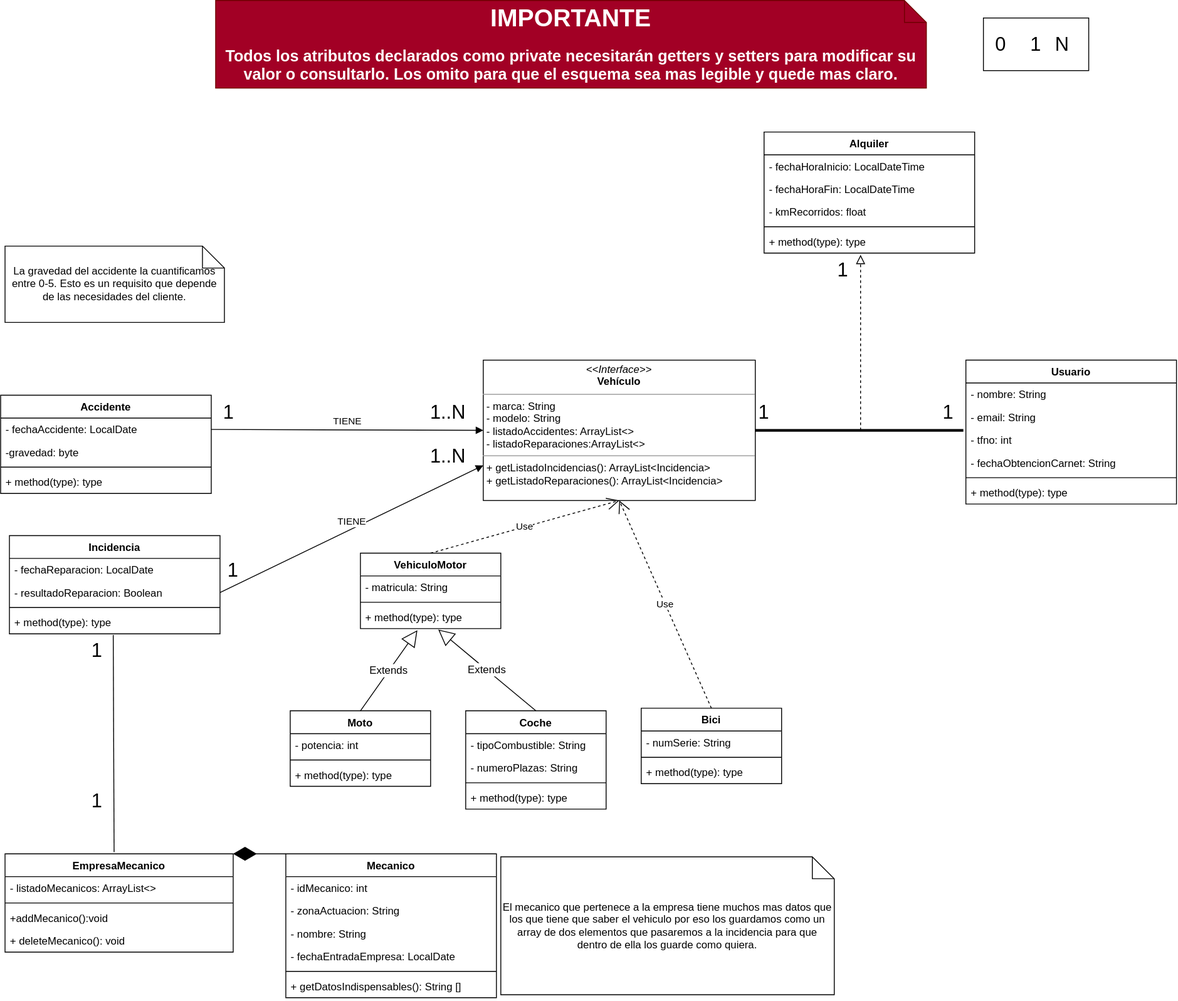
Before: 02_Segundo Trimestre/Examen-Tercer_Trimestre/Ejercicio_01/Diagramas UML/UML-Ejercicio1-Parte1.drawio.svg, a diagram exported from draw.io (MateoCarballo/Contornos). Source tidied: cells renumbered, new cells last; positions are measured from the earlier drawing's top-left corner, leaving out a move shared by most shapes.
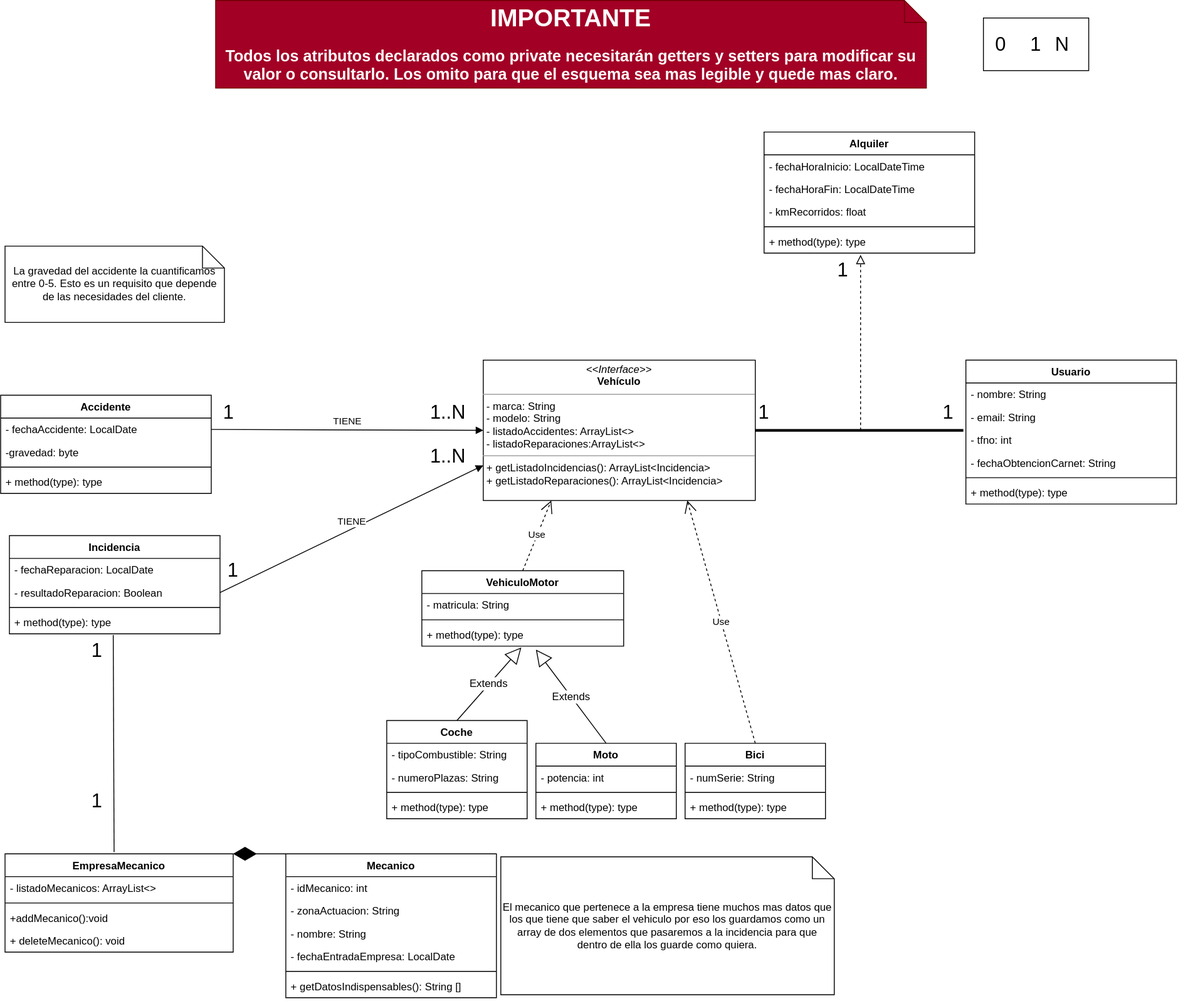
After the change.

Commit message:
Seguimos trabajando en el UML

What changed in the source:
```diff
@@ -3,7 +3,7 @@
     <mxCell id="0" />
     <mxCell id="1" parent="0" />
     <mxCell id="2" value="Moto&#10;" style="swimlane;fontStyle=1;align=center;verticalAlign=top;horizontal=1;startSize=26;labelBackgroundColor=none;labelBorderColor=none;swimlaneFillColor=default;" parent="1" vertex="1">
-      <mxGeometry x="330" y="809.8" width="160" height="86" as="geometry" />
+      <mxGeometry x="610" y="846.8" width="160" height="86" as="geometry" />
     </mxCell>
     <mxCell id="3" value="- potencia: int" style="text;strokeColor=none;fillColor=none;align=left;verticalAlign=top;spacingLeft=4;spacingRight=4;overflow=hidden;labelBackgroundColor=default;" parent="2" vertex="1">
       <mxGeometry y="26" width="160" height="26" as="geometry" />
@@ -15,7 +15,7 @@
       <mxGeometry y="60" width="160" height="26" as="geometry" />
     </mxCell>
     <mxCell id="6" value="Coche" style="swimlane;fontStyle=1;align=center;verticalAlign=top;horizontal=1;startSize=26;labelBackgroundColor=none;labelBorderColor=none;swimlaneFillColor=default;" parent="1" vertex="1">
-      <mxGeometry x="530" y="809.8" width="160" height="112" as="geometry" />
+      <mxGeometry x="440" y="820.8" width="160" height="112" as="geometry" />
     </mxCell>
     <mxCell id="7" value="- tipoCombustible: String" style="text;strokeColor=none;fillColor=none;align=left;verticalAlign=top;spacingLeft=4;spacingRight=4;overflow=hidden;labelBackgroundColor=default;" parent="6" vertex="1">
       <mxGeometry y="26" width="160" height="26" as="geometry" />
@@ -30,7 +30,7 @@
       <mxGeometry y="86" width="160" height="26" as="geometry" />
     </mxCell>
     <mxCell id="11" value="Bici" style="swimlane;fontStyle=1;align=center;verticalAlign=top;horizontal=1;startSize=26;labelBackgroundColor=none;labelBorderColor=none;swimlaneFillColor=default;" parent="1" vertex="1">
-      <mxGeometry x="730" y="806.8" width="160" height="86" as="geometry" />
+      <mxGeometry x="780" y="846.8" width="160" height="86" as="geometry" />
     </mxCell>
     <mxCell id="12" value="- numSerie: String" style="text;strokeColor=none;fillColor=none;align=left;verticalAlign=top;spacingLeft=4;spacingRight=4;overflow=hidden;labelBackgroundColor=default;" parent="11" vertex="1">
       <mxGeometry y="26" width="160" height="26" as="geometry" />
@@ -128,7 +128,7 @@
         </Array>
       </mxGeometry>
     </mxCell>
-    <mxCell id="42" value="Use" style="endArrow=open;endSize=12;dashed=1;html=1;entryX=0.5;entryY=1;entryDx=0;entryDy=0;exitX=0.5;exitY=0;exitDx=0;exitDy=0;" parent="1" edge="1" source="11" target="15">
+    <mxCell id="42" value="Use" style="endArrow=open;endSize=12;dashed=1;html=1;entryX=0.75;entryY=1;entryDx=0;entryDy=0;exitX=0.5;exitY=0;exitDx=0;exitDy=0;" parent="1" edge="1" source="11" target="15">
       <mxGeometry relative="1" as="geometry" />
     </mxCell>
     <mxCell id="43" value="TIENE" style="html=1;verticalAlign=bottom;endArrow=block;entryX=0;entryY=0.5;entryDx=0;entryDy=0;exitX=1;exitY=0.5;exitDx=0;exitDy=0;" parent="1" edge="1" source="35" target="15">
@@ -222,28 +222,30 @@
       <mxGeometry x="570" y="976.1" width="380" height="157.2" as="geometry" />
     </mxCell>
     <mxCell id="73" value="VehiculoMotor" style="swimlane;fontStyle=1;align=center;verticalAlign=top;horizontal=1;startSize=26;labelBackgroundColor=none;labelBorderColor=none;swimlaneFillColor=default;" parent="1" vertex="1">
-      <mxGeometry x="410" y="630" width="160" height="86" as="geometry" />
+      <mxGeometry x="480" y="650" width="230" height="86" as="geometry" />
     </mxCell>
     <mxCell id="74" value="- matricula: String " style="text;strokeColor=none;fillColor=none;align=left;verticalAlign=top;spacingLeft=4;spacingRight=4;overflow=hidden;labelBackgroundColor=default;" parent="73" vertex="1">
-      <mxGeometry y="26" width="160" height="26" as="geometry" />
+      <mxGeometry y="26" width="230" height="26" as="geometry" />
     </mxCell>
     <mxCell id="75" style="line;strokeWidth=1;fillColor=none;align=left;verticalAlign=middle;spacingTop=-1;spacingLeft=3;spacingRight=3;labelPosition=right;strokeColor=inherit;" parent="73" vertex="1">
-      <mxGeometry y="52" width="160" height="8" as="geometry" />
+      <mxGeometry y="52" width="230" height="8" as="geometry" />
     </mxCell>
     <mxCell id="76" value="+ method(type): type" style="text;strokeColor=none;fillColor=none;align=left;verticalAlign=top;spacingLeft=4;spacingRight=4;overflow=hidden;points=[[0,0.5],[1,0.5]];portConstraint=eastwest;" parent="73" vertex="1">
-      <mxGeometry y="60" width="160" height="26" as="geometry" />
+      <mxGeometry y="60" width="230" height="26" as="geometry" />
     </mxCell>
+    <mxCell id="78" value="Extends" style="endArrow=block;endSize=16;endFill=0;html=1;fontSize=12;fontColor=default;exitX=0.5;exitY=0;exitDx=0;exitDy=0;" parent="1" edge="1" source="2">
+      <mxGeometry relative="1" as="geometry">
+        <mxPoint x="610" y="740" as="targetPoint" />
+      </mxGeometry>
+    </mxCell>
+    <mxCell id="80" value="&lt;b style=&quot;&quot;&gt;&lt;font style=&quot;&quot;&gt;&lt;font style=&quot;font-size: 28px;&quot;&gt;IMPORTANTE&lt;/font&gt;&lt;br&gt;&lt;br&gt;&lt;span style=&quot;font-size: 18px;&quot;&gt;Todos los atributos declarados como private necesitarán getters y setters para modificar su valor o consultarlo. Los omito para que el esquema sea mas legible y quede mas claro.&lt;/span&gt;&lt;/font&gt;&lt;/b&gt;" style="shape=note2;boundedLbl=1;whiteSpace=wrap;html=1;size=25;verticalAlign=middle;align=center;labelBackgroundColor=none;labelBorderColor=none;fontSize=13;fillColor=#a20025;fontColor=#ffffff;strokeColor=#6F0000;" parent="1" vertex="1">
+      <mxGeometry x="245" width="810" height="100" as="geometry" />
+    </mxCell>
-    <mxCell id="77" value="Use" style="endArrow=open;endSize=12;dashed=1;html=1;entryX=0.5;entryY=1;entryDx=0;entryDy=0;exitX=0.5;exitY=0;exitDx=0;exitDy=0;" parent="1" edge="1" source="73" target="15">
+    <mxCell id="77" value="Use" style="endArrow=open;endSize=12;dashed=1;html=1;entryX=0.25;entryY=1;entryDx=0;entryDy=0;exitX=0.5;exitY=0;exitDx=0;exitDy=0;" parent="1" edge="1" source="73" target="15">
       <mxGeometry relative="1" as="geometry" />
     </mxCell>
-    <mxCell id="78" value="Extends" style="endArrow=block;endSize=16;endFill=0;html=1;fontSize=12;fontColor=default;exitX=0.5;exitY=0;exitDx=0;exitDy=0;entryX=0.406;entryY=1.07;entryDx=0;entryDy=0;entryPerimeter=0;" parent="1" edge="1" source="2" target="76">
-      <mxGeometry relative="1" as="geometry" />
-    </mxCell>
-    <mxCell id="79" value="Extends" style="endArrow=block;endSize=16;endFill=0;html=1;fontSize=12;fontColor=default;exitX=0.5;exitY=0;exitDx=0;exitDy=0;entryX=0.554;entryY=1.041;entryDx=0;entryDy=0;entryPerimeter=0;" parent="1" edge="1" source="6" target="76">
+    <mxCell id="79" value="Extends" style="endArrow=block;endSize=16;endFill=0;html=1;fontSize=12;fontColor=default;exitX=0.5;exitY=0;exitDx=0;exitDy=0;entryX=0.493;entryY=1.058;entryDx=0;entryDy=0;entryPerimeter=0;" parent="1" edge="1" source="6" target="76">
       <mxGeometry relative="1" as="geometry" />
     </mxCell>
-    <mxCell id="80" value="&lt;b style=&quot;&quot;&gt;&lt;font style=&quot;&quot;&gt;&lt;font style=&quot;font-size: 28px;&quot;&gt;IMPORTANTE&lt;/font&gt;&lt;br&gt;&lt;br&gt;&lt;span style=&quot;font-size: 18px;&quot;&gt;Todos los atributos declarados como private necesitarán getters y setters para modificar su valor o consultarlo. Los omito para que el esquema sea mas legible y quede mas claro.&lt;/span&gt;&lt;/font&gt;&lt;/b&gt;" style="shape=note2;boundedLbl=1;whiteSpace=wrap;html=1;size=25;verticalAlign=middle;align=center;labelBackgroundColor=none;labelBorderColor=none;fontSize=13;fillColor=#a20025;fontColor=#ffffff;strokeColor=#6F0000;" parent="1" vertex="1">
-      <mxGeometry x="245" width="810" height="100" as="geometry" />
-    </mxCell>
   </root>
 </mxGraphModel>
```
